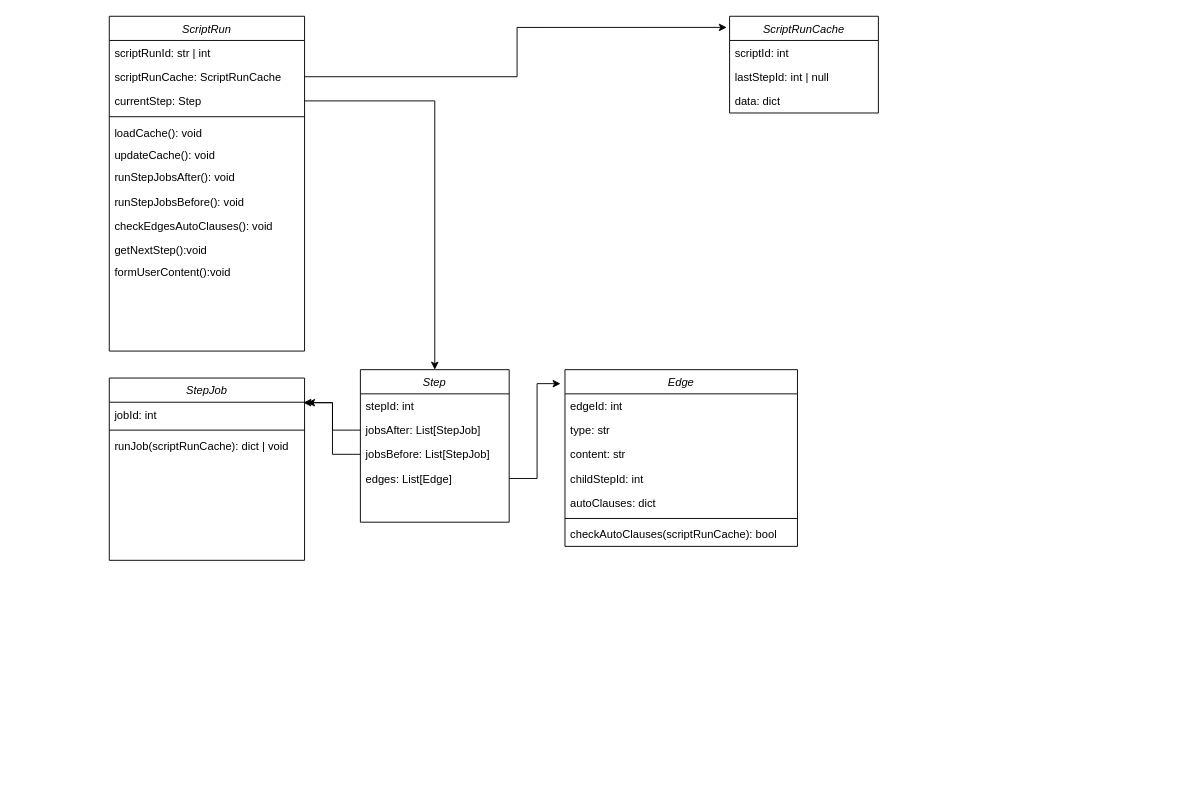
Earlier version of the draw.io diagram scripting_uml.drawio (pashorg/stuff). Source tidied: cells renumbered, new cells numbered last; positions are measured from the earlier drawing's top-left corner, leaving out a move shared by most shapes. Both pictures are drawn from the tidied source at 93%, with x=0, y=0 at pixel (109, 16).
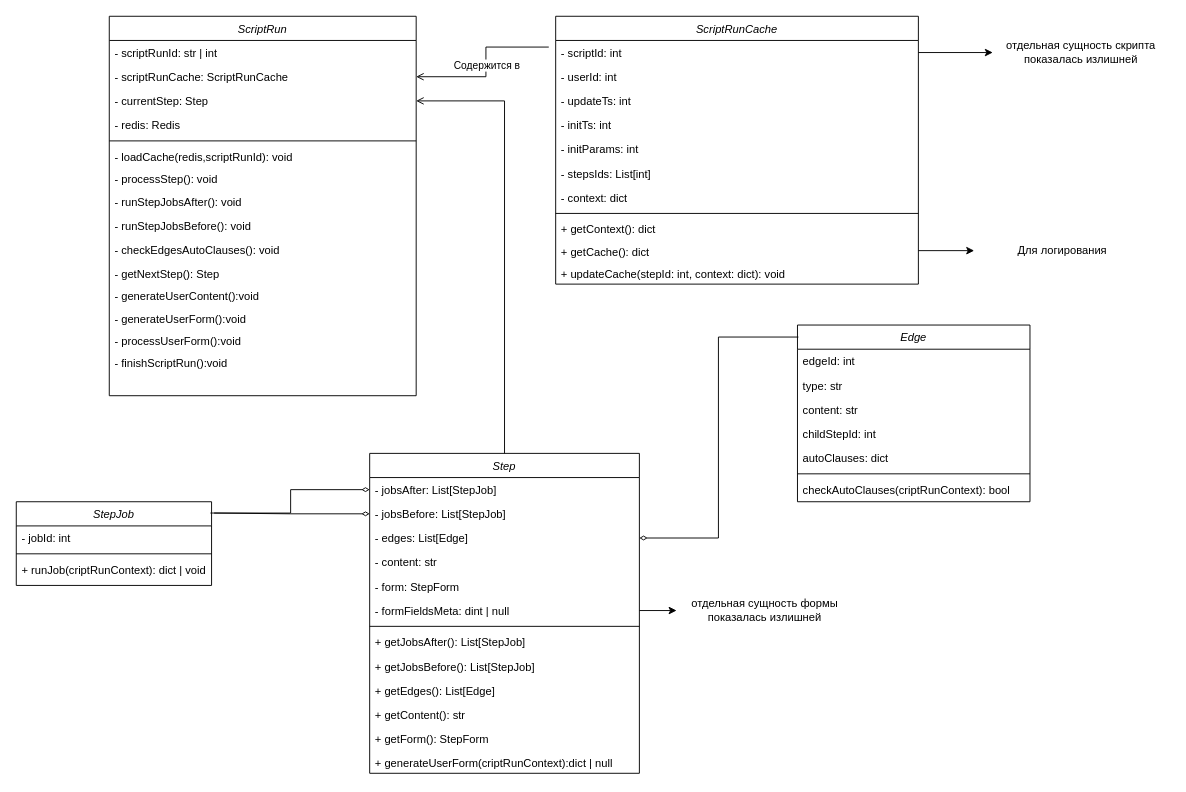
Above is the later version.

The edit, as a diff of the source:
```diff
@@
     <mxCell id="2" value="ScriptRun" style="swimlane;fontStyle=2;align=center;verticalAlign=top;horizontal=1;startSize=26;rounded=0;shadow=0;strokeWidth=1;" parent="1" vertex="1">
-      <mxGeometry width="210" height="360" as="geometry" />
+      <mxGeometry width="330" height="408" as="geometry" />
     </mxCell>
-    <mxCell id="3" value="scriptRunId: str | int" style="text;align=left;verticalAlign=top;spacingLeft=4;spacingRight=4;overflow=hidden;rounded=0;shadow=0;html=0;" parent="2" vertex="1">
-      <mxGeometry y="26" width="210" height="26" as="geometry" />
+    <mxCell id="3" value="- scriptRunId: str | int" style="text;align=left;verticalAlign=top;spacingLeft=4;spacingRight=4;overflow=hidden;rounded=0;shadow=0;html=0;" parent="2" vertex="1">
+      <mxGeometry y="26" width="330" height="26" as="geometry" />
     </mxCell>
-    <mxCell id="4" value="scriptRunCache: ScriptRunCache" style="text;align=left;verticalAlign=top;spacingLeft=4;spacingRight=4;overflow=hidden;points=[[0,0.5],[1,0.5]];portConstraint=eastwest;rounded=0;shadow=0;html=0;" parent="2" vertex="1">
-      <mxGeometry y="52" width="210" height="26" as="geometry" />
+    <mxCell id="4" value="- scriptRunCache: ScriptRunCache" style="text;align=left;verticalAlign=top;spacingLeft=4;spacingRight=4;overflow=hidden;points=[[0,0.5],[1,0.5]];portConstraint=eastwest;rounded=0;shadow=0;html=0;" parent="2" vertex="1">
+      <mxGeometry y="52" width="330" height="26" as="geometry" />
     </mxCell>
-    <mxCell id="5" value="currentStep: Step" style="text;align=left;verticalAlign=top;spacingLeft=4;spacingRight=4;overflow=hidden;points=[[0,0.5],[1,0.5]];portConstraint=eastwest;rounded=0;shadow=0;html=0;" parent="2" vertex="1">
-      <mxGeometry y="78" width="210" height="26" as="geometry" />
+    <mxCell id="5" value="- currentStep: Step" style="text;align=left;verticalAlign=top;spacingLeft=4;spacingRight=4;overflow=hidden;points=[[0,0.5],[1,0.5]];portConstraint=eastwest;rounded=0;shadow=0;html=0;" parent="2" vertex="1">
+      <mxGeometry y="78" width="330" height="26" as="geometry" />
     </mxCell>
+    <mxCell id="40" value="- redis: Redis" style="text;align=left;verticalAlign=top;spacingLeft=4;spacingRight=4;overflow=hidden;rounded=0;shadow=0;html=0;" parent="2" vertex="1">
+      <mxGeometry y="104" width="330" height="26" as="geometry" />
+    </mxCell>
     <mxCell id="6" style="line;html=1;strokeWidth=1;align=left;verticalAlign=middle;spacingTop=-1;spacingLeft=3;spacingRight=3;labelPosition=right;" parent="2" vertex="1">
-      <mxGeometry y="104" width="210" height="8" as="geometry" />
+      <mxGeometry y="130" width="330" height="8" as="geometry" />
     </mxCell>
-    <mxCell id="7" value="loadCache(): void" style="text;align=left;verticalAlign=top;spacingLeft=4;spacingRight=4;overflow=hidden;" parent="2" vertex="1">
-      <mxGeometry y="112" width="210" height="24" as="geometry" />
+    <mxCell id="7" value="- loadCache(redis,scriptRunId): void" style="text;align=left;verticalAlign=top;spacingLeft=4;spacingRight=4;overflow=hidden;" parent="2" vertex="1">
+      <mxGeometry y="138" width="330" height="24" as="geometry" />
     </mxCell>
-    <mxCell id="8" value="updateCache(): void" style="text;align=left;verticalAlign=top;spacingLeft=4;spacingRight=4;overflow=hidden;" parent="2" vertex="1">
-      <mxGeometry y="136" width="210" height="24" as="geometry" />
-    </mxCell>
+    <mxCell id="41" value="- processStep(): void" style="text;align=left;verticalAlign=top;spacingLeft=4;spacingRight=4;overflow=hidden;" parent="2" vertex="1">
+      <mxGeometry y="162" width="330" height="24" as="geometry" />
+    </mxCell>
-    <mxCell id="9" value="runStepJobsAfter(): void" style="text;align=left;verticalAlign=top;spacingLeft=4;spacingRight=4;overflow=hidden;rounded=0;shadow=0;html=0;" parent="2" vertex="1">
-      <mxGeometry y="160" width="210" height="26" as="geometry" />
+    <mxCell id="9" value="- runStepJobsAfter(): void" style="text;align=left;verticalAlign=top;spacingLeft=4;spacingRight=4;overflow=hidden;rounded=0;shadow=0;html=0;" parent="2" vertex="1">
+      <mxGeometry y="186" width="330" height="26" as="geometry" />
     </mxCell>
-    <mxCell id="10" value="runStepJobsBefore(): void" style="text;align=left;verticalAlign=top;spacingLeft=4;spacingRight=4;overflow=hidden;rounded=0;shadow=0;html=0;" parent="2" vertex="1">
-      <mxGeometry y="186" width="210" height="26" as="geometry" />
+    <mxCell id="10" value="- runStepJobsBefore(): void" style="text;align=left;verticalAlign=top;spacingLeft=4;spacingRight=4;overflow=hidden;rounded=0;shadow=0;html=0;" parent="2" vertex="1">
+      <mxGeometry y="212" width="330" height="26" as="geometry" />
     </mxCell>
-    <mxCell id="11" value="checkEdgesAutoClauses(): void" style="text;align=left;verticalAlign=top;spacingLeft=4;spacingRight=4;overflow=hidden;rounded=0;shadow=0;html=0;" parent="2" vertex="1">
-      <mxGeometry y="212" width="210" height="26" as="geometry" />
+    <mxCell id="11" value="- checkEdgesAutoClauses(): void" style="text;align=left;verticalAlign=top;spacingLeft=4;spacingRight=4;overflow=hidden;rounded=0;shadow=0;html=0;" parent="2" vertex="1">
+      <mxGeometry y="238" width="330" height="26" as="geometry" />
     </mxCell>
-    <mxCell id="12" value="getNextStep():void" style="text;align=left;verticalAlign=top;spacingLeft=4;spacingRight=4;overflow=hidden;" parent="2" vertex="1">
-      <mxGeometry y="238" width="210" height="24" as="geometry" />
+    <mxCell id="12" value="- getNextStep(): Step" style="text;align=left;verticalAlign=top;spacingLeft=4;spacingRight=4;overflow=hidden;" parent="2" vertex="1">
+      <mxGeometry y="264" width="330" height="24" as="geometry" />
     </mxCell>
-    <mxCell id="13" value="formUserContent():void" style="text;align=left;verticalAlign=top;spacingLeft=4;spacingRight=4;overflow=hidden;" parent="2" vertex="1">
-      <mxGeometry y="262" width="210" height="24" as="geometry" />
+    <mxCell id="13" value="- generateUserContent():void" style="text;align=left;verticalAlign=top;spacingLeft=4;spacingRight=4;overflow=hidden;" parent="2" vertex="1">
+      <mxGeometry y="288" width="330" height="24" as="geometry" />
     </mxCell>
+    <mxCell id="42" value="- generateUserForm():void" style="text;align=left;verticalAlign=top;spacingLeft=4;spacingRight=4;overflow=hidden;" parent="2" vertex="1">
+      <mxGeometry y="312" width="330" height="24" as="geometry" />
+    </mxCell>
+    <mxCell id="43" value="- processUserForm():void" style="text;align=left;verticalAlign=top;spacingLeft=4;spacingRight=4;overflow=hidden;" parent="2" vertex="1">
+      <mxGeometry y="336" width="330" height="24" as="geometry" />
+    </mxCell>
+    <mxCell id="44" value="- finishScriptRun():void" style="text;align=left;verticalAlign=top;spacingLeft=4;spacingRight=4;overflow=hidden;" parent="2" vertex="1">
+      <mxGeometry y="360" width="330" height="24" as="geometry" />
+    </mxCell>
     <mxCell id="14" value="ScriptRunCache" style="swimlane;fontStyle=2;align=center;verticalAlign=top;horizontal=1;startSize=26;rounded=0;shadow=0;strokeWidth=1;" parent="1" vertex="1">
-      <mxGeometry x="667" width="160" height="104" as="geometry" />
+      <mxGeometry x="480" width="390" height="288" as="geometry" />
     </mxCell>
-    <mxCell id="15" value="scriptId: int" style="text;align=left;verticalAlign=top;spacingLeft=4;spacingRight=4;overflow=hidden;points=[[0,0.5],[1,0.5]];portConstraint=eastwest;rounded=0;shadow=0;html=0;" parent="14" vertex="1">
-      <mxGeometry y="26" width="160" height="26" as="geometry" />
+    <mxCell id="15" value="- scriptId: int" style="text;align=left;verticalAlign=top;spacingLeft=4;spacingRight=4;overflow=hidden;points=[[0,0.5],[1,0.5]];portConstraint=eastwest;rounded=0;shadow=0;html=0;" parent="14" vertex="1">
+      <mxGeometry y="26" width="390" height="26" as="geometry" />
     </mxCell>
-    <mxCell id="16" value="lastStepId: int | null" style="text;align=left;verticalAlign=top;spacingLeft=4;spacingRight=4;overflow=hidden;rounded=0;shadow=0;html=0;" parent="14" vertex="1">
-      <mxGeometry y="52" width="160" height="26" as="geometry" />
+    <mxCell id="16" value="- userId: int" style="text;align=left;verticalAlign=top;spacingLeft=4;spacingRight=4;overflow=hidden;rounded=0;shadow=0;html=0;" parent="14" vertex="1">
+      <mxGeometry y="52" width="390" height="26" as="geometry" />
     </mxCell>
+    <mxCell id="45" value="- updateTs: int" style="text;align=left;verticalAlign=top;spacingLeft=4;spacingRight=4;overflow=hidden;rounded=0;shadow=0;html=0;" parent="14" vertex="1">
+      <mxGeometry y="78" width="390" height="26" as="geometry" />
+    </mxCell>
+    <mxCell id="46" value="- initTs: int" style="text;align=left;verticalAlign=top;spacingLeft=4;spacingRight=4;overflow=hidden;rounded=0;shadow=0;html=0;" parent="14" vertex="1">
+      <mxGeometry y="104" width="390" height="26" as="geometry" />
+    </mxCell>
+    <mxCell id="47" value="- initParams: int" style="text;align=left;verticalAlign=top;spacingLeft=4;spacingRight=4;overflow=hidden;rounded=0;shadow=0;html=0;" parent="14" vertex="1">
+      <mxGeometry y="130" width="390" height="26" as="geometry" />
+    </mxCell>
+    <mxCell id="48" value="- stepsIds: List[int]" style="text;align=left;verticalAlign=top;spacingLeft=4;spacingRight=4;overflow=hidden;rounded=0;shadow=0;html=0;" parent="14" vertex="1">
+      <mxGeometry y="156" width="390" height="26" as="geometry" />
+    </mxCell>
-    <mxCell id="17" value="data: dict" style="text;align=left;verticalAlign=top;spacingLeft=4;spacingRight=4;overflow=hidden;rounded=0;shadow=0;html=0;" parent="14" vertex="1">
-      <mxGeometry y="78" width="160" height="26" as="geometry" />
+    <mxCell id="17" value="- context: dict" style="text;align=left;verticalAlign=top;spacingLeft=4;spacingRight=4;overflow=hidden;rounded=0;shadow=0;html=0;" parent="14" vertex="1">
+      <mxGeometry y="182" width="390" height="26" as="geometry" />
     </mxCell>
+    <mxCell id="49" style="line;html=1;strokeWidth=1;align=left;verticalAlign=middle;spacingTop=-1;spacingLeft=3;spacingRight=3;labelPosition=right;" parent="14" vertex="1">
+      <mxGeometry y="208" width="390" height="8" as="geometry" />
+    </mxCell>
+    <mxCell id="50" value="+ getContext(): dict" style="text;align=left;verticalAlign=top;spacingLeft=4;spacingRight=4;overflow=hidden;" parent="14" vertex="1">
+      <mxGeometry y="216" width="390" height="24" as="geometry" />
+    </mxCell>
+    <mxCell id="51" value="+ getCache(): dict" style="text;align=left;verticalAlign=top;spacingLeft=4;spacingRight=4;overflow=hidden;points=[[0,0.5],[1,0.5]];portConstraint=eastwest;" parent="14" vertex="1">
+      <mxGeometry y="240" width="390" height="24" as="geometry" />
+    </mxCell>
+    <mxCell id="52" value="+ updateCache(stepId: int, context: dict): void" style="text;align=left;verticalAlign=top;spacingLeft=4;spacingRight=4;overflow=hidden;" parent="14" vertex="1">
+      <mxGeometry y="264" width="390" height="24" as="geometry" />
+    </mxCell>
-    <mxCell id="18" style="edgeStyle=orthogonalEdgeStyle;rounded=0;jettySize=auto;html=1;exitX=1;exitY=0.5;exitDx=0;exitDy=0;entryX=-0.019;entryY=0.115;entryDx=0;entryDy=0;entryPerimeter=0;" parent="1" edge="1" source="4" target="14">
+    <mxCell id="18" style="edgeStyle=orthogonalEdgeStyle;rounded=0;jettySize=auto;html=1;exitX=1;exitY=0.5;exitDx=0;exitDy=0;entryX=-0.019;entryY=0.115;entryDx=0;entryDy=0;entryPerimeter=0;startArrow=open;startFill=0;endArrow=none;endFill=0;" parent="1" edge="1" source="4" target="14">
       <mxGeometry relative="1" as="geometry" />
     </mxCell>
+    <mxCell id="53" value="Содержится в" style="edgeLabel;html=1;align=center;verticalAlign=middle;" parent="18" vertex="1">
+      <mxGeometry x="0.01" relative="1" as="geometry" />
+    </mxCell>
     <mxCell id="19" value="Step" style="swimlane;fontStyle=2;align=center;verticalAlign=top;horizontal=1;startSize=26;rounded=0;shadow=0;strokeWidth=1;" parent="1" vertex="1">
-      <mxGeometry x="270" y="380" width="160" height="164" as="geometry" />
+      <mxGeometry x="280" y="470" width="290" height="344" as="geometry" />
     </mxCell>
-    <mxCell id="20" value="stepId: int" style="text;align=left;verticalAlign=top;spacingLeft=4;spacingRight=4;overflow=hidden;rounded=0;shadow=0;html=0;" parent="19" vertex="1">
-      <mxGeometry y="26" width="160" height="26" as="geometry" />
-    </mxCell>
-    <mxCell id="21" value="jobsAfter: List[StepJob]" style="text;align=left;verticalAlign=top;spacingLeft=4;spacingRight=4;overflow=hidden;points=[[0,0.5],[1,0.5]];portConstraint=eastwest;rounded=0;shadow=0;html=0;" parent="19" vertex="1">
-      <mxGeometry y="52" width="160" height="26" as="geometry" />
+    <mxCell id="21" value="- jobsAfter: List[StepJob]" style="text;align=left;verticalAlign=top;spacingLeft=4;spacingRight=4;overflow=hidden;points=[[0,0.5],[1,0.5]];portConstraint=eastwest;rounded=0;shadow=0;html=0;" parent="19" vertex="1">
+      <mxGeometry y="26" width="290" height="26" as="geometry" />
     </mxCell>
-    <mxCell id="22" value="jobsBefore: List[StepJob]" style="text;align=left;verticalAlign=top;spacingLeft=4;spacingRight=4;overflow=hidden;points=[[0,0.5],[1,0.5]];portConstraint=eastwest;rounded=0;shadow=0;html=0;" parent="19" vertex="1">
-      <mxGeometry y="78" width="160" height="26" as="geometry" />
+    <mxCell id="22" value="- jobsBefore: List[StepJob]" style="text;align=left;verticalAlign=top;spacingLeft=4;spacingRight=4;overflow=hidden;points=[[0,0.5],[1,0.5]];portConstraint=eastwest;rounded=0;shadow=0;html=0;" parent="19" vertex="1">
+      <mxGeometry y="52" width="290" height="26" as="geometry" />
     </mxCell>
-    <mxCell id="23" value="edges: List[Edge]" style="text;align=left;verticalAlign=top;spacingLeft=4;spacingRight=4;overflow=hidden;points=[[0,0.5],[1,0.5]];portConstraint=eastwest;rounded=0;shadow=0;html=0;" parent="19" vertex="1">
-      <mxGeometry y="104" width="160" height="26" as="geometry" />
+    <mxCell id="23" value="- edges: List[Edge]" style="text;align=left;verticalAlign=top;spacingLeft=4;spacingRight=4;overflow=hidden;points=[[0,0.5],[1,0.5]];portConstraint=eastwest;rounded=0;shadow=0;html=0;" parent="19" vertex="1">
+      <mxGeometry y="78" width="290" height="26" as="geometry" />
     </mxCell>
+    <mxCell id="54" value="- content: str" style="text;align=left;verticalAlign=top;spacingLeft=4;spacingRight=4;overflow=hidden;rounded=0;shadow=0;html=0;" parent="19" vertex="1">
+      <mxGeometry y="104" width="290" height="26" as="geometry" />
+    </mxCell>
+    <mxCell id="55" value="- form: StepForm" style="text;align=left;verticalAlign=top;spacingLeft=4;spacingRight=4;overflow=hidden;rounded=0;shadow=0;html=0;" parent="19" vertex="1">
+      <mxGeometry y="130" width="290" height="26" as="geometry" />
+    </mxCell>
+    <mxCell id="56" value="- formFieldsMeta: dint | null" style="text;align=left;verticalAlign=top;spacingLeft=4;spacingRight=4;overflow=hidden;points=[[0,0.5],[1,0.5]];portConstraint=eastwest;rounded=0;shadow=0;html=0;" parent="19" vertex="1">
+      <mxGeometry y="156" width="290" height="26" as="geometry" />
+    </mxCell>
+    <mxCell id="57" style="line;html=1;strokeWidth=1;align=left;verticalAlign=middle;spacingTop=-1;spacingLeft=3;spacingRight=3;labelPosition=right;" parent="19" vertex="1">
+      <mxGeometry y="182" width="290" height="8" as="geometry" />
+    </mxCell>
+    <mxCell id="58" value="+ getJobsAfter(): List[StepJob]" style="text;align=left;verticalAlign=top;spacingLeft=4;spacingRight=4;overflow=hidden;rounded=0;shadow=0;html=0;" parent="19" vertex="1">
+      <mxGeometry y="190" width="290" height="26" as="geometry" />
+    </mxCell>
+    <mxCell id="59" value="+ getJobsBefore(): List[StepJob]" style="text;align=left;verticalAlign=top;spacingLeft=4;spacingRight=4;overflow=hidden;rounded=0;shadow=0;html=0;" parent="19" vertex="1">
+      <mxGeometry y="216" width="290" height="26" as="geometry" />
+    </mxCell>
+    <mxCell id="60" value="+ getEdges(): List[Edge]" style="text;align=left;verticalAlign=top;spacingLeft=4;spacingRight=4;overflow=hidden;rounded=0;shadow=0;html=0;" parent="19" vertex="1">
+      <mxGeometry y="242" width="290" height="26" as="geometry" />
+    </mxCell>
+    <mxCell id="61" value="+ getContent(): str" style="text;align=left;verticalAlign=top;spacingLeft=4;spacingRight=4;overflow=hidden;rounded=0;shadow=0;html=0;" parent="19" vertex="1">
+      <mxGeometry y="268" width="290" height="26" as="geometry" />
+    </mxCell>
+    <mxCell id="62" value="+ getForm(): StepForm" style="text;align=left;verticalAlign=top;spacingLeft=4;spacingRight=4;overflow=hidden;rounded=0;shadow=0;html=0;" parent="19" vertex="1">
+      <mxGeometry y="294" width="290" height="26" as="geometry" />
+    </mxCell>
+    <mxCell id="63" value="+ generateUserForm(criptRunContext):dict | null" style="text;align=left;verticalAlign=top;spacingLeft=4;spacingRight=4;overflow=hidden;" parent="19" vertex="1">
+      <mxGeometry y="320" width="290" height="24" as="geometry" />
+    </mxCell>
-    <mxCell id="24" style="edgeStyle=orthogonalEdgeStyle;rounded=0;jettySize=auto;html=1;exitX=1;exitY=0.5;exitDx=0;exitDy=0;entryX=0.5;entryY=0;entryDx=0;entryDy=0;" parent="1" edge="1" source="5" target="19">
+    <mxCell id="24" style="edgeStyle=orthogonalEdgeStyle;rounded=0;jettySize=auto;html=1;exitX=1;exitY=0.5;exitDx=0;exitDy=0;entryX=0.5;entryY=0;entryDx=0;entryDy=0;startArrow=open;startFill=0;endArrow=none;endFill=0;" parent="1" edge="1" source="5" target="19">
       <mxGeometry relative="1" as="geometry" />
     </mxCell>
     <mxCell id="25" value="StepJob" style="swimlane;fontStyle=2;align=center;verticalAlign=top;horizontal=1;startSize=26;rounded=0;shadow=0;strokeWidth=1;" parent="1" vertex="1">
-      <mxGeometry y="389" width="210" height="196" as="geometry" />
+      <mxGeometry x="-100" y="522" width="210" height="90" as="geometry" />
     </mxCell>
-    <mxCell id="26" value="jobId: int" style="text;align=left;verticalAlign=top;spacingLeft=4;spacingRight=4;overflow=hidden;rounded=0;shadow=0;html=0;" parent="25" vertex="1">
+    <mxCell id="26" value="- jobId: int" style="text;align=left;verticalAlign=top;spacingLeft=4;spacingRight=4;overflow=hidden;rounded=0;shadow=0;html=0;" parent="25" vertex="1">
       <mxGeometry y="26" width="210" height="26" as="geometry" />
     </mxCell>
@@
-    <mxCell id="28" value="runJob(scriptRunCache): dict | void" style="text;align=left;verticalAlign=top;spacingLeft=4;spacingRight=4;overflow=hidden;rounded=0;shadow=0;html=0;" parent="25" vertex="1">
-      <mxGeometry y="60" width="210" height="110" as="geometry" />
+    <mxCell id="28" value="+ runJob(criptRunContext): dict | void" style="text;align=left;verticalAlign=top;spacingLeft=4;spacingRight=4;overflow=hidden;rounded=0;shadow=0;html=0;" parent="25" vertex="1">
+      <mxGeometry y="60" width="210" height="30" as="geometry" />
     </mxCell>
-    <mxCell id="29" style="edgeStyle=orthogonalEdgeStyle;rounded=0;jettySize=auto;html=1;exitX=0;exitY=0.5;exitDx=0;exitDy=0;entryX=0.994;entryY=0.135;entryDx=0;entryDy=0;entryPerimeter=0;" parent="1" edge="1" source="21" target="25">
+    <mxCell id="29" style="edgeStyle=orthogonalEdgeStyle;rounded=0;jettySize=auto;html=1;exitX=0;exitY=0.5;exitDx=0;exitDy=0;entryX=0.994;entryY=0.135;entryDx=0;entryDy=0;entryPerimeter=0;startArrow=diamondThin;startFill=0;endArrow=none;endFill=0;" parent="1" edge="1" source="21" target="25">
       <mxGeometry relative="1" as="geometry" />
     </mxCell>
-    <mxCell id="30" style="edgeStyle=orthogonalEdgeStyle;rounded=0;jettySize=auto;html=1;exitX=0;exitY=0.5;exitDx=0;exitDy=0;entryX=1.013;entryY=0.135;entryDx=0;entryDy=0;entryPerimeter=0;" parent="1" edge="1" source="22" target="25">
+    <mxCell id="30" style="edgeStyle=orthogonalEdgeStyle;rounded=0;jettySize=auto;html=1;exitX=0;exitY=0.5;exitDx=0;exitDy=0;entryX=1.013;entryY=0.135;entryDx=0;entryDy=0;entryPerimeter=0;startArrow=diamondThin;startFill=0;endArrow=none;endFill=0;" parent="1" edge="1" source="22" target="25">
       <mxGeometry relative="1" as="geometry" />
     </mxCell>
     <mxCell id="31" value="Edge" style="swimlane;fontStyle=2;align=center;verticalAlign=top;horizontal=1;startSize=26;rounded=0;shadow=0;strokeWidth=1;" parent="1" vertex="1">
-      <mxGeometry x="490" y="380" width="250" height="190" as="geometry" />
+      <mxGeometry x="740" y="332" width="250" height="190" as="geometry" />
     </mxCell>
@@
-    <mxCell id="38" value="checkAutoClauses(scriptRunCache): bool" style="text;align=left;verticalAlign=top;spacingLeft=4;spacingRight=4;overflow=hidden;rounded=0;shadow=0;html=0;" parent="31" vertex="1">
+    <mxCell id="38" value="checkAutoClauses(criptRunContext): bool" style="text;align=left;verticalAlign=top;spacingLeft=4;spacingRight=4;overflow=hidden;rounded=0;shadow=0;html=0;" parent="31" vertex="1">
       <mxGeometry y="164" width="250" height="26" as="geometry" />
     </mxCell>
-    <mxCell id="39" style="edgeStyle=orthogonalEdgeStyle;rounded=0;jettySize=auto;html=1;entryX=-0.019;entryY=0.079;entryDx=0;entryDy=0;entryPerimeter=0;" parent="1" edge="1" source="23" target="31">
+    <mxCell id="39" style="edgeStyle=orthogonalEdgeStyle;rounded=0;jettySize=auto;html=1;exitX=1;exitY=0.5;exitDx=0;exitDy=0;entryX=0.004;entryY=0.068;entryDx=0;entryDy=0;entryPerimeter=0;startArrow=diamondThin;startFill=0;endArrow=none;endFill=0;" parent="1" edge="1" source="23" target="31">
       <mxGeometry relative="1" as="geometry" />
     </mxCell>
+    <mxCell id="64" value="отдельная сущность скрипта показалась излишней" style="text;html=1;strokeColor=none;fillColor=none;align=center;verticalAlign=middle;whiteSpace=wrap;rounded=0;" parent="1" vertex="1">
+      <mxGeometry x="950" y="24" width="190" height="30" as="geometry" />
+    </mxCell>
+    <mxCell id="65" value="Для логирования" style="text;html=1;strokeColor=none;fillColor=none;align=center;verticalAlign=middle;whiteSpace=wrap;rounded=0;" parent="1" vertex="1">
+      <mxGeometry x="930" y="237" width="190" height="30" as="geometry" />
+    </mxCell>
+    <mxCell id="66" style="edgeStyle=orthogonalEdgeStyle;rounded=0;jettySize=auto;html=1;exitX=1;exitY=0.5;exitDx=0;exitDy=0;" parent="1" edge="1" source="51" target="65">
+      <mxGeometry relative="1" as="geometry" />
+    </mxCell>
+    <mxCell id="67" style="edgeStyle=orthogonalEdgeStyle;rounded=0;jettySize=auto;html=1;exitX=1;exitY=0.5;exitDx=0;exitDy=0;" parent="1" edge="1" source="15" target="64">
+      <mxGeometry relative="1" as="geometry" />
+    </mxCell>
+    <mxCell id="68" value="отдельная сущность формы показалась излишней" style="text;html=1;strokeColor=none;fillColor=none;align=center;verticalAlign=middle;whiteSpace=wrap;rounded=0;" parent="1" vertex="1">
+      <mxGeometry x="610" y="624" width="190" height="30" as="geometry" />
+    </mxCell>
+    <mxCell id="69" style="edgeStyle=orthogonalEdgeStyle;rounded=0;jettySize=auto;html=1;exitX=1;exitY=0.5;exitDx=0;exitDy=0;" parent="1" edge="1" source="56" target="68">
+      <mxGeometry relative="1" as="geometry" />
+    </mxCell>
```
